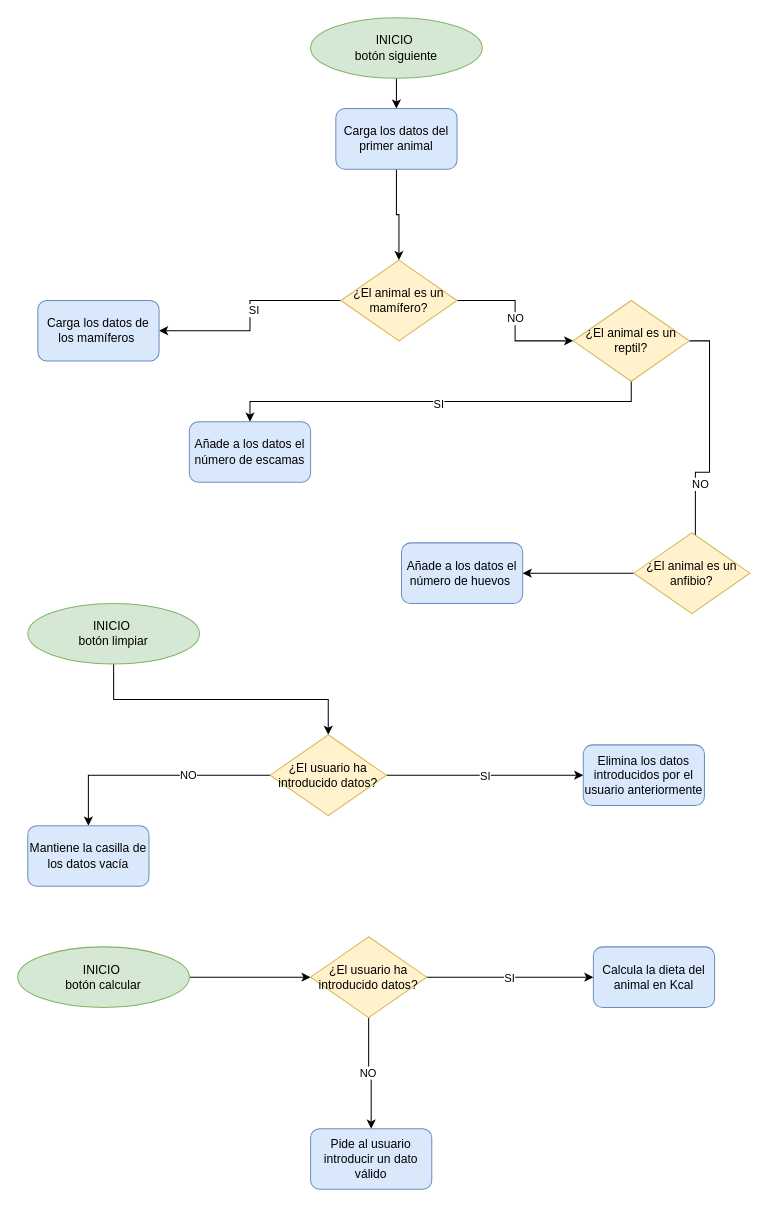
Before: page "Diagrama de flujo" (2 of 2) of Copia de CentroVeterinario.drawio in Rodrigo-0407/Centro-veterinario, a draw.io diagram. Source tidied: cells renumbered, new cells numbered last; positions are measured from the earlier drawing's top-left corner, leaving out a move shared by most shapes. Both pictures are drawn from the tidied source at 101%, with x=0, y=0 at pixel (17, 17).
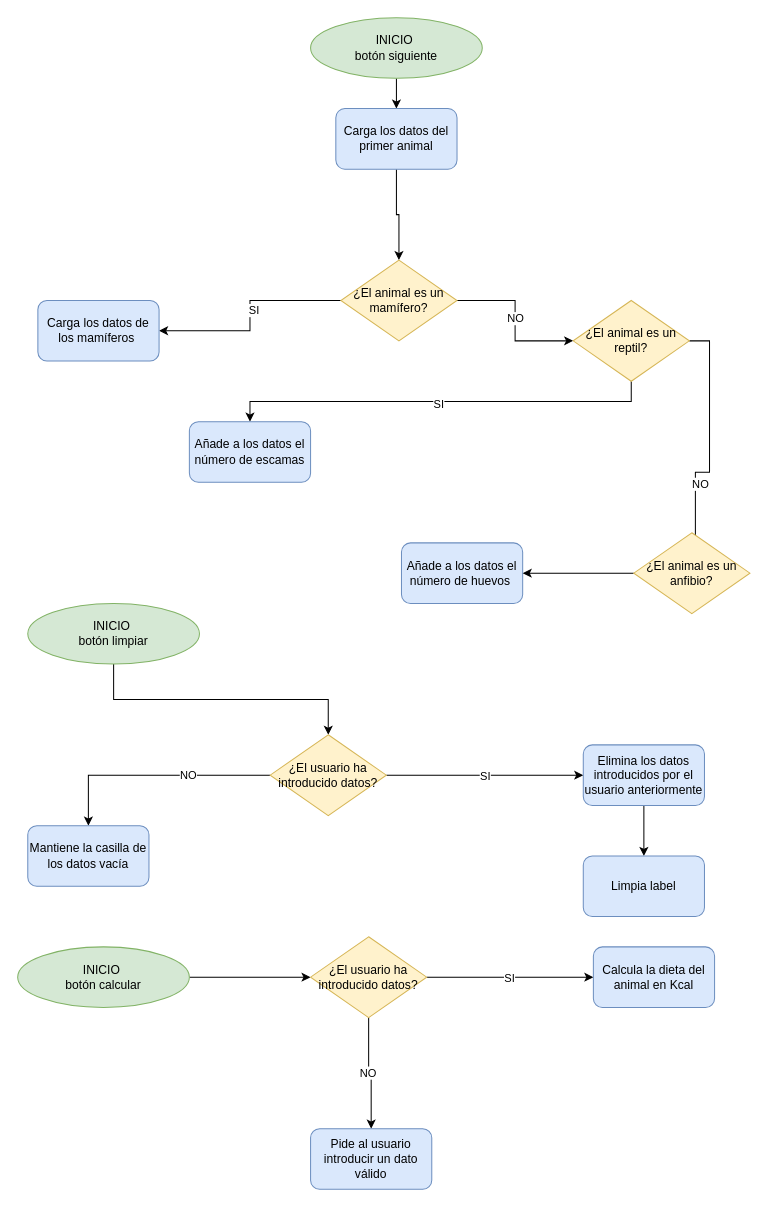
The same diagram, later.

The change refers to these unchanged cells:
```xml
<mxCell id="28" value="Elimina los datos introducidos por el usuario anteriormente" style="rounded=1;whiteSpace=wrap;html=1;fillColor=#dae8fc;strokeColor=#6c8ebf;" parent="1" vertex="1">
  <mxGeometry x="560" y="720" width="120" height="60" as="geometry" />
</mxCell>
```

The edit, as a diff of the source:
```diff
@@
+    <mxCell id="39" style="edgeStyle=orthogonalEdgeStyle;rounded=0;jettySize=auto;html=1;exitX=0.5;exitY=1;exitDx=0;exitDy=0;entryX=0.5;entryY=0;entryDx=0;entryDy=0;" parent="1" edge="1" source="28" target="40">
+      <mxGeometry relative="1" as="geometry" />
+    </mxCell>
@@
+    <mxCell id="40" value="Limpia label" style="rounded=1;whiteSpace=wrap;html=1;fillColor=#dae8fc;strokeColor=#6c8ebf;" parent="1" vertex="1">
+      <mxGeometry x="560" y="830" width="120" height="60" as="geometry" />
+    </mxCell>
```
